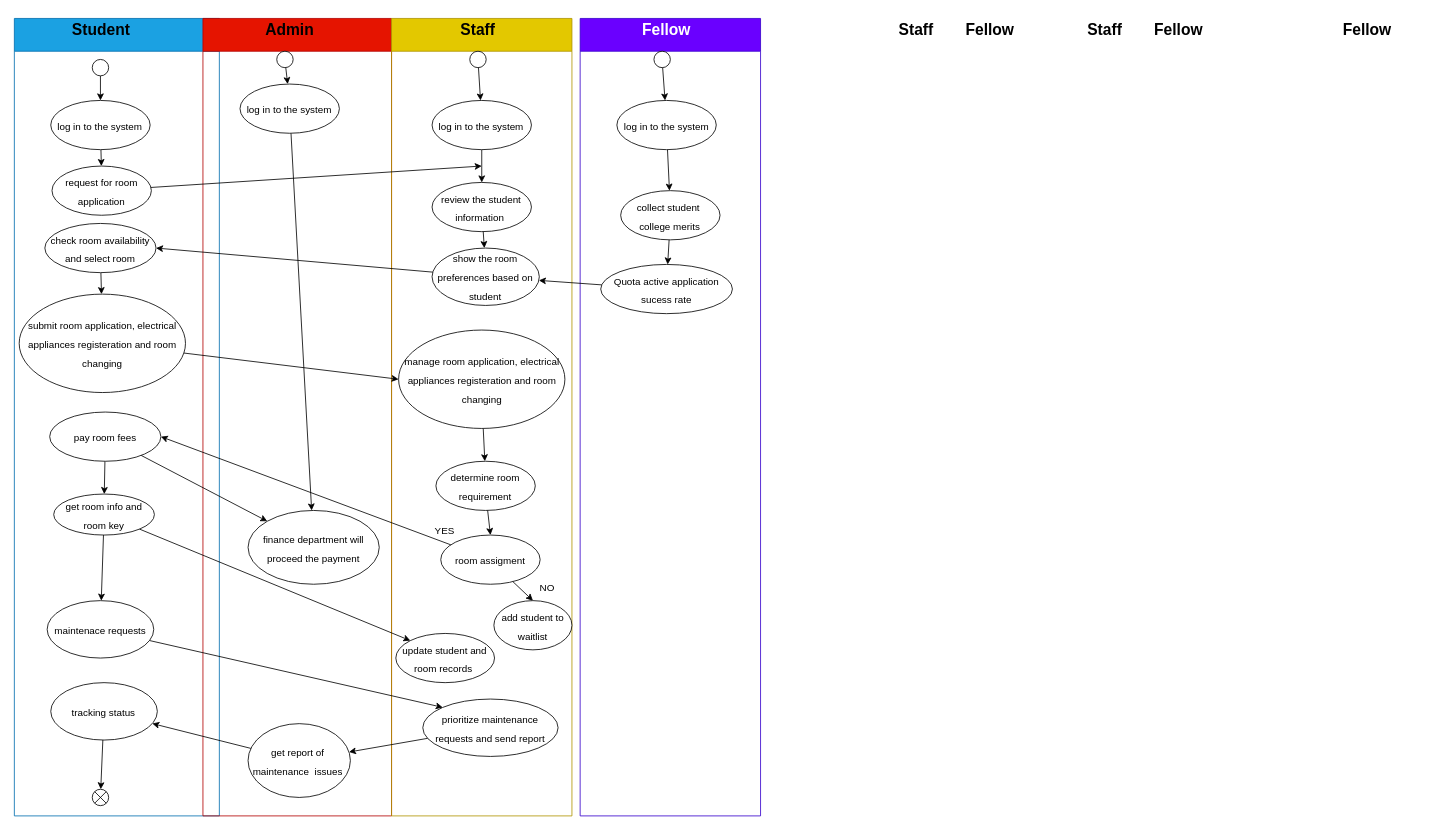
drshahizan/software-engineering keeps this draw.io diagram as page "activity_diagram" (4 of 4) of project/drawio/stakeholder/UML.drawio. Above is the earlier version. Source tidied: cells renumbered, new cells numbered last; positions are measured from the earlier drawing's top-left corner, leaving out a move shared by most shapes. Both pictures are drawn from the tidied source at 82%, with x=0, y=0 at pixel (14, 14).
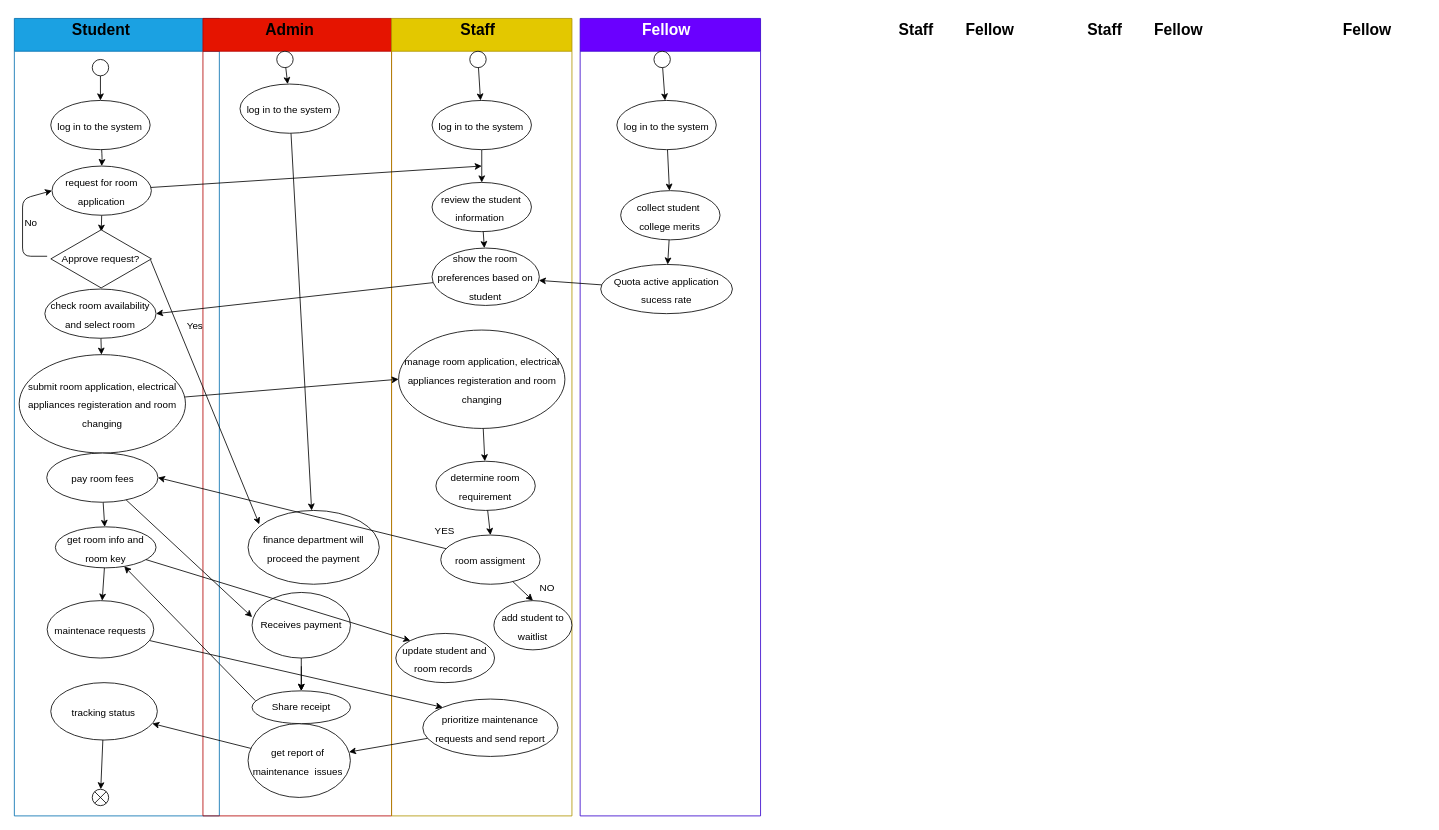
The same page after the edit.

The change refers to these unchanged cells:
```xml
<mxCell id="2" style="swimlane;startSize=40;fontSize=19;fillColor=#1ba1e2;fontColor=#ffffff;strokeColor=#006EAF;" parent="1" vertex="1">
  <mxGeometry y="5" width="250" height="972.5" as="geometry" />
</mxCell>
<mxCell id="5" value="&lt;font style=&quot;font-size: 12px;&quot;&gt;log in to the system&lt;/font&gt;" style="ellipse;whiteSpace=wrap;html=1;fontSize=19;" parent="2" vertex="1">
  <mxGeometry x="44.4" y="100" width="121.2" height="60" as="geometry" />
</mxCell>
<mxCell id="8" value="&lt;font style=&quot;font-size: 12px;&quot;&gt;request for room application&lt;/font&gt;" style="ellipse;whiteSpace=wrap;html=1;fontSize=19;" parent="2" vertex="1">
  <mxGeometry x="45.9" y="180" width="121.2" height="60" as="geometry" />
</mxCell>
<mxCell id="20" style="swimlane;startSize=40;fontSize=19;fillColor=#e51400;fontColor=#ffffff;strokeColor=#B20000;" parent="1" vertex="1">
  <mxGeometry x="230" y="5" width="230" height="972.5" as="geometry" />
</mxCell>
<mxCell id="28" value="&lt;span style=&quot;font-size: 12px;&quot;&gt;finance department will proceed the payment&lt;/span&gt;" style="ellipse;whiteSpace=wrap;html=1;fontSize=19;" parent="20" vertex="1">
  <mxGeometry x="55" y="600" width="160" height="90" as="geometry" />
</mxCell>
```

What changed in the source:
```diff
@@
     <mxCell id="4" style="edgeStyle=none;html=1;fontSize=12;" parent="2" edge="1" source="5" target="8">
-      <mxGeometry relative="1" as="geometry" />
+      <mxGeometry relative="1" as="geometry">
+        <Array as="points">
+          <mxPoint x="107" y="170" />
+        </Array>
+      </mxGeometry>
     </mxCell>
@@
+    <mxCell id="72" style="edgeStyle=none;html=1;" parent="2" edge="1" source="8">
+      <mxGeometry relative="1" as="geometry">
+        <mxPoint x="106" y="260" as="targetPoint" />
+      </mxGeometry>
+    </mxCell>
@@
     <mxCell id="10" value="&lt;font style=&quot;font-size: 12px;&quot;&gt;check room availability and select room&lt;/font&gt;" style="ellipse;whiteSpace=wrap;html=1;fontSize=19;" parent="2" vertex="1">
-      <mxGeometry x="37.2" y="250" width="135.6" height="60" as="geometry" />
+      <mxGeometry x="37.2" y="330" width="135.6" height="60" as="geometry" />
     </mxCell>
     <mxCell id="11" value="&lt;span style=&quot;font-size: 12px;&quot;&gt;submit room application, electrical appliances registeration and room changing&lt;/span&gt;" style="ellipse;whiteSpace=wrap;html=1;fontSize=19;" parent="2" vertex="1">
-      <mxGeometry x="5.9" y="336.2" width="202.8" height="120" as="geometry" />
+      <mxGeometry x="5.9" y="410" width="202.8" height="120" as="geometry" />
     </mxCell>
@@
     <mxCell id="13" value="&lt;span style=&quot;font-size: 12px;&quot;&gt;get room info and room key&lt;/span&gt;" style="ellipse;whiteSpace=wrap;html=1;fontSize=19;" parent="2" vertex="1">
-      <mxGeometry x="48" y="580" width="122.8" height="50" as="geometry" />
+      <mxGeometry x="50" y="620" width="122.8" height="50" as="geometry" />
     </mxCell>
@@
     <mxCell id="17" value="&lt;span style=&quot;font-size: 12px;&quot;&gt;pay room fees&lt;/span&gt;" style="ellipse;whiteSpace=wrap;html=1;fontSize=19;" parent="2" vertex="1">
-      <mxGeometry x="43.1" y="480" width="135.6" height="60" as="geometry" />
+      <mxGeometry x="39.5" y="530" width="135.6" height="60" as="geometry" />
     </mxCell>
@@
+    <mxCell id="73" value="Approve request?" style="html=1;whiteSpace=wrap;shape=isoRectangle;" parent="2" vertex="1">
+      <mxGeometry x="44.5" y="256.4" width="122.7" height="73.6" as="geometry" />
+    </mxCell>
+    <mxCell id="74" style="endArrow=classic;html=1;entryX=0;entryY=0.5;entryDx=0;entryDy=0;" parent="2" edge="1" target="8">
+      <mxGeometry relative="1" as="geometry">
+        <mxPoint x="40" y="290" as="sourcePoint" />
+        <Array as="points">
+          <mxPoint x="10" y="290" />
+          <mxPoint x="10" y="220" />
+        </Array>
+      </mxGeometry>
+    </mxCell>
+    <mxCell id="75" value="Yes" style="text;html=1;align=center;verticalAlign=middle;strokeColor=none;fillColor=none;" parent="2" vertex="1">
+      <mxGeometry x="200" y="360" width="40" height="30" as="geometry" />
+    </mxCell>
@@
+    <mxCell id="76" value="Receives payment" style="ellipse;whiteSpace=wrap;html=1;" parent="20" vertex="1">
+      <mxGeometry x="59.9" y="700" width="120" height="80" as="geometry" />
+    </mxCell>
+    <mxCell id="77" style="endArrow=classic;html=1;" parent="20" edge="1">
+      <mxGeometry relative="1" as="geometry">
+        <mxPoint x="120" y="790" as="sourcePoint" />
+        <mxPoint x="120" y="820" as="targetPoint" />
+      </mxGeometry>
+    </mxCell>
+    <mxCell id="78" style="edgeStyle=none;html=1;" parent="20" edge="1" source="76" target="79">
+      <mxGeometry relative="1" as="geometry" />
+    </mxCell>
+    <mxCell id="79" value="Share receipt" style="ellipse;whiteSpace=wrap;html=1;" parent="20" vertex="1">
+      <mxGeometry x="59.9" y="820" width="120" height="40" as="geometry" />
+    </mxCell>
@@
-    <mxCell id="65" style="edgeStyle=none;html=1;fontSize=12;entryX=0;entryY=0;entryDx=0;entryDy=0;" parent="1" edge="1" source="17" target="28">
-      <mxGeometry relative="1" as="geometry" />
+    <mxCell id="65" style="edgeStyle=none;html=1;fontSize=12;" parent="1" edge="1" source="17">
+      <mxGeometry relative="1" as="geometry">
+        <mxPoint x="290" y="735" as="targetPoint" />
+      </mxGeometry>
     </mxCell>
@@
+    <mxCell id="80" value="No" style="text;html=1;align=center;verticalAlign=middle;strokeColor=none;fillColor=none;" parent="1" vertex="1">
+      <mxGeometry y="240" width="40" height="30" as="geometry" />
+    </mxCell>
+    <mxCell id="81" style="endArrow=classic;html=1;exitX=0.034;exitY=0.3;exitDx=0;exitDy=0;exitPerimeter=0;" parent="1" edge="1" source="79" target="13">
+      <mxGeometry relative="1" as="geometry" />
+    </mxCell>
+    <mxCell id="82" style="endArrow=classic;html=1;exitX=0.992;exitY=0.521;exitDx=0;exitDy=0;exitPerimeter=0;entryX=0.086;entryY=0.188;entryDx=0;entryDy=0;entryPerimeter=0;" parent="1" edge="1" source="73" target="28">
+      <mxGeometry relative="1" as="geometry" />
+    </mxCell>
```
